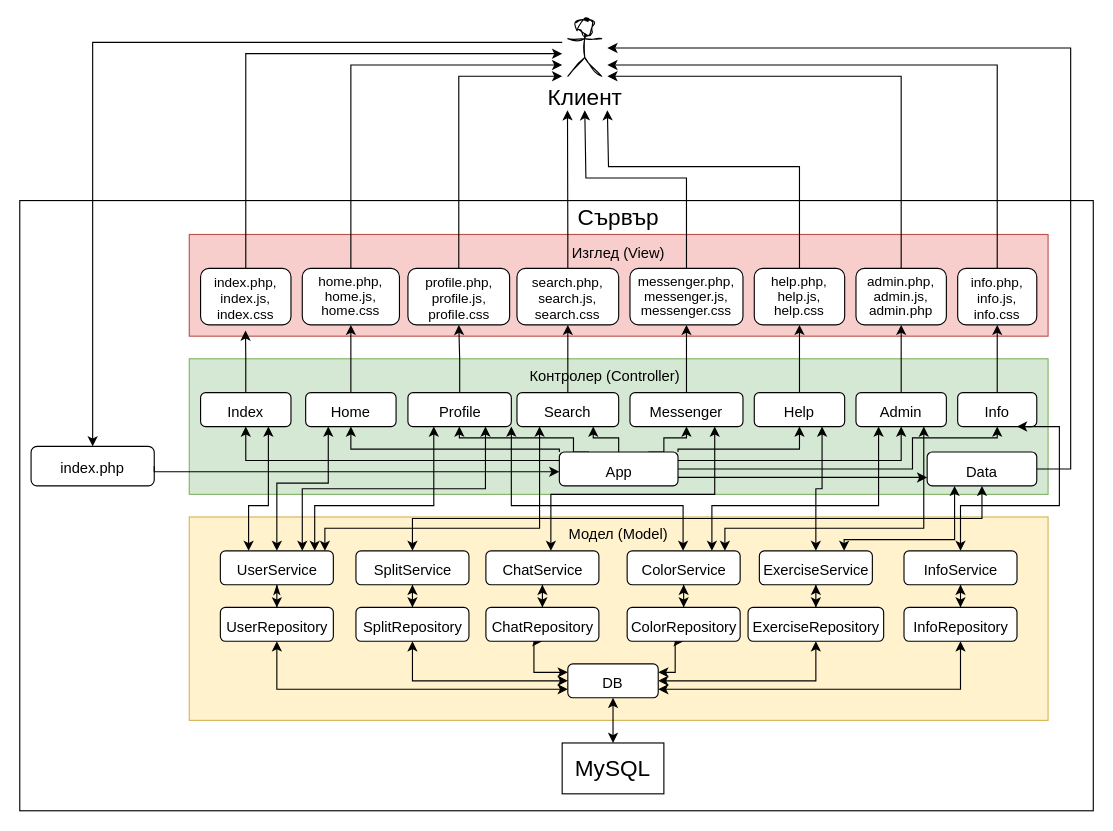
Before: fitmissive backend workflow.drawio in ser-hub/fitmissive-docs, a draw.io diagram. Source tidied: cells renumbered, new cells numbered last; positions are measured from the earlier drawing's top-left corner, leaving out a move shared by most shapes. Both pictures are drawn from the tidied source at 113%, with x=0, y=0 at pixel (19, 19).
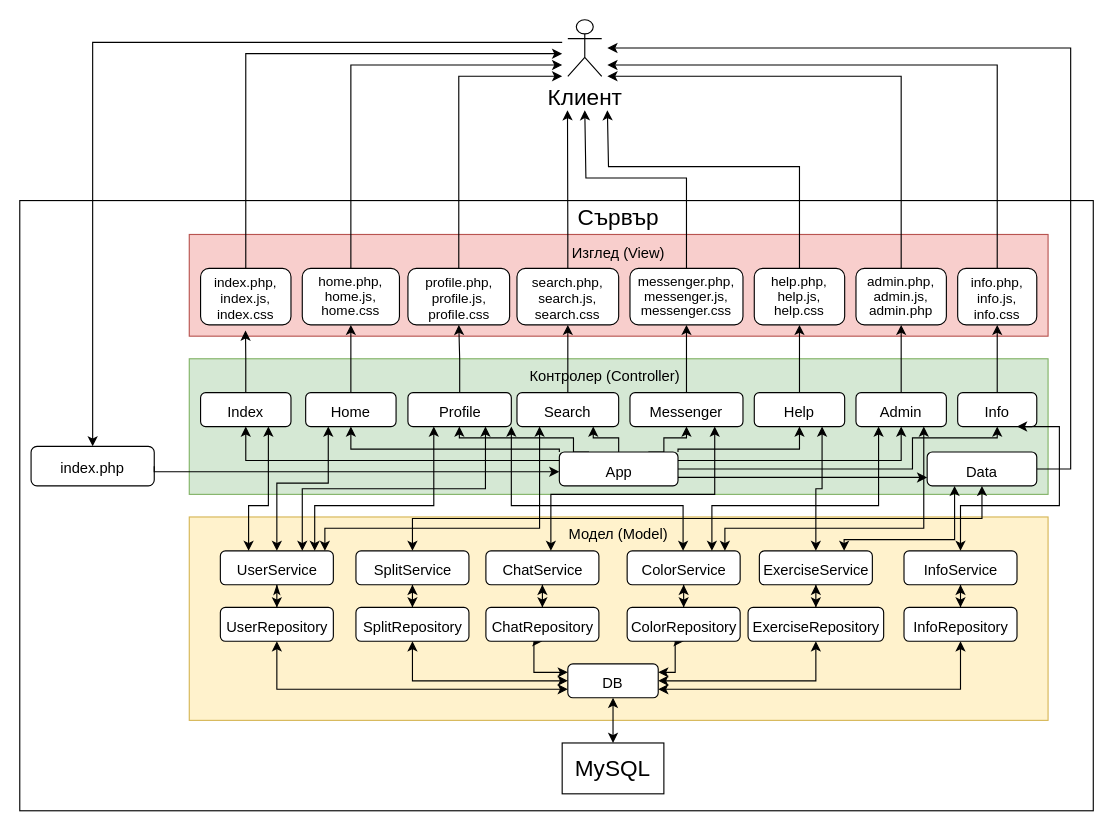
Above is the later version.

Diff of the diagram source:
```diff
@@
-    <mxCell id="2" value="&lt;font face=&quot;Helvetica&quot;&gt;Клиент&lt;/font&gt;" style="shape=umlActor;verticalLabelPosition=bottom;verticalAlign=top;html=1;sketch=1;hachureGap=4;jiggle=2;curveFitting=1;fontFamily=Architects Daughter;fontSize=20;" parent="1" vertex="1">
+    <mxCell id="2" value="&lt;font face=&quot;Helvetica&quot;&gt;Клиент&lt;/font&gt;" style="shape=umlActor;verticalLabelPosition=bottom;verticalAlign=top;html=1;hachureGap=4;fontFamily=Architects Daughter;fontSize=20;" parent="1" vertex="1">
       <mxGeometry x="485" width="30" height="50" as="geometry" />
     </mxCell>
```
